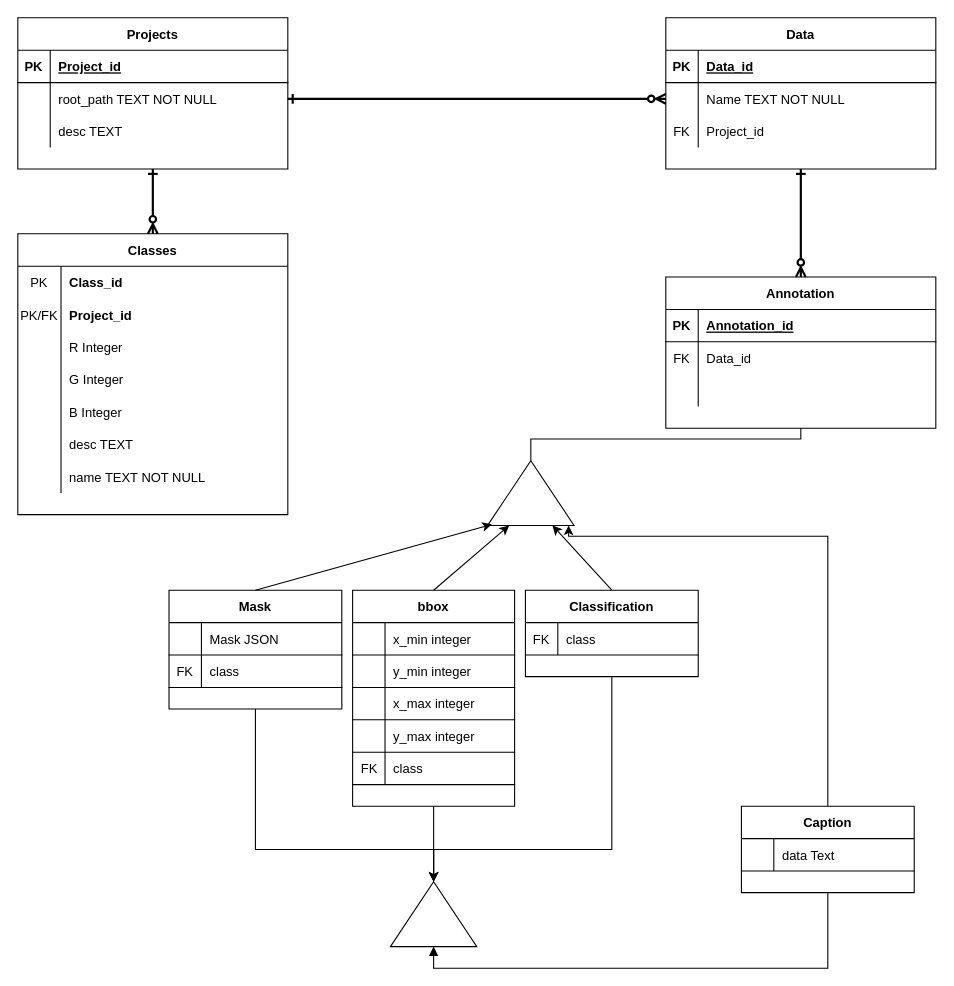
Above: src/arc/db/schematic_Architecture.drawio in joao-lucas-paes/Oculus_label (draw.io), before the change. Source tidied: cells renumbered, new cells numbered last; positions are measured from the earlier drawing's top-left corner, leaving out a move shared by most shapes. Both pictures are drawn from the tidied source at 108%, with x=0, y=0 at pixel (17, 17).
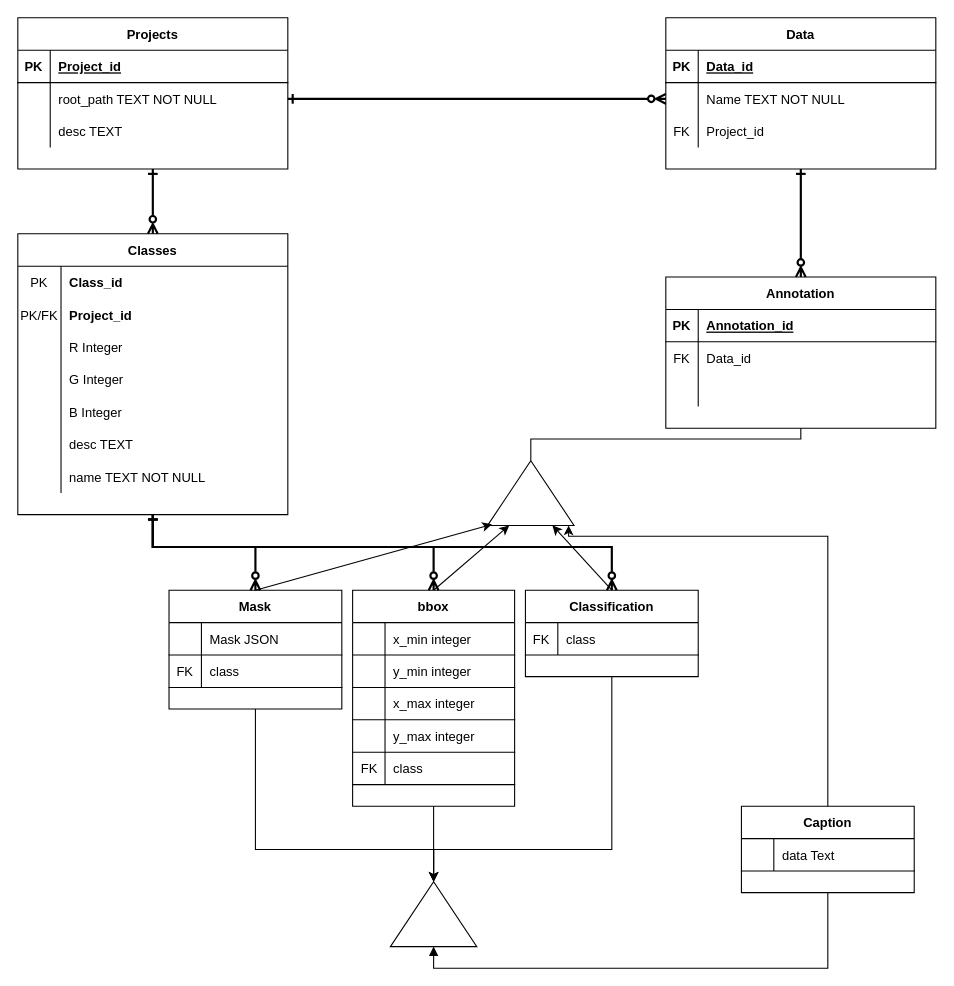
The same diagram, later.

Commit message (it also covers changes not shown here):
fix relation of tables bbox, mask and classification with table Classes

The change refers to these unchanged cells:
```xml
<mxCell id="37" value="Mask" style="shape=table;startSize=30;childLayout=tableLayout;rowLines=0;fontStyle=1;align=center;" parent="1" vertex="1">
  <mxGeometry x="140" y="530" width="160" height="110" as="geometry" />
</mxCell>
<mxCell id="46" value="bbox" style="shape=table;startSize=30;childLayout=tableLayout;rowLines=0;fontStyle=1;align=center;" parent="1" vertex="1">
  <mxGeometry x="310" y="530" width="150" height="200" as="geometry" />
</mxCell>
<mxCell id="64" value="Classification" style="shape=table;startSize=30;childLayout=tableLayout;rowLines=0;fontStyle=1;align=center;" parent="1" vertex="1">
  <mxGeometry x="470" y="530" width="160" height="80" as="geometry" />
</mxCell>
<mxCell id="76" value="Classes" style="shape=table;startSize=30;childLayout=tableLayout;rowLines=0;fontStyle=1;align=center;" parent="1" vertex="1">
  <mxGeometry y="200" width="250" height="260" as="geometry" />
</mxCell>
```

Diff of the diagram source:
```diff
@@
+    <mxCell id="99" style="rounded=0;jettySize=auto;html=1;entryX=0.5;entryY=0;entryDx=0;entryDy=0;endArrow=ERzeroToMany;endFill=0;startArrow=ERone;startFill=0;strokeWidth=2;edgeStyle=orthogonalEdgeStyle;exitX=0.5;exitY=1;exitDx=0;exitDy=0;" parent="1" edge="1" source="76" target="37">
+      <mxGeometry relative="1" as="geometry">
+        <Array as="points">
+          <mxPoint x="125" y="490" />
+          <mxPoint x="220" y="490" />
+        </Array>
+      </mxGeometry>
+    </mxCell>
+    <mxCell id="100" style="rounded=0;jettySize=auto;html=1;endArrow=ERzeroToMany;endFill=0;startArrow=ERone;startFill=0;strokeWidth=2;edgeStyle=orthogonalEdgeStyle;exitX=0.5;exitY=1;exitDx=0;exitDy=0;entryX=0.5;entryY=0;entryDx=0;entryDy=0;" parent="1" edge="1" source="76" target="46">
+      <mxGeometry relative="1" as="geometry">
+        <Array as="points">
+          <mxPoint x="125" y="490" />
+          <mxPoint x="385" y="490" />
+        </Array>
+      </mxGeometry>
+    </mxCell>
+    <mxCell id="101" style="rounded=0;jettySize=auto;html=1;endArrow=ERzeroToMany;endFill=0;startArrow=ERone;startFill=0;strokeWidth=2;edgeStyle=orthogonalEdgeStyle;entryX=0.5;entryY=0;entryDx=0;entryDy=0;exitX=0.5;exitY=1;exitDx=0;exitDy=0;" parent="1" edge="1" source="76" target="64">
+      <mxGeometry relative="1" as="geometry">
+        <Array as="points">
+          <mxPoint x="125" y="490" />
+          <mxPoint x="550" y="490" />
+        </Array>
+      </mxGeometry>
+    </mxCell>
```
